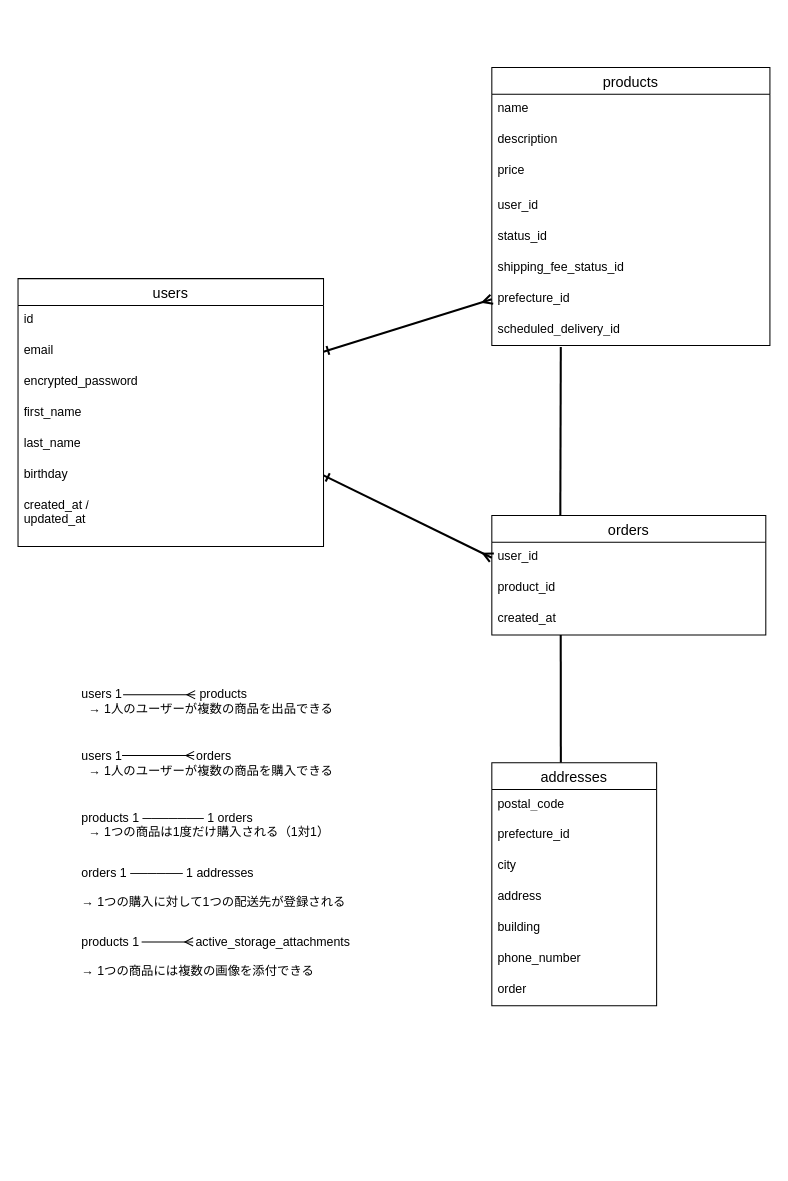
Before: furima_er.dio in tkzmkyms/furima-42061, a draw.io diagram. Source tidied: cells renumbered, new cells numbered last; positions are measured from the earlier drawing's top-left corner, leaving out a move shared by most shapes. Both pictures are drawn from the tidied source at 103%, with x=0, y=0 at pixel (18, 67).
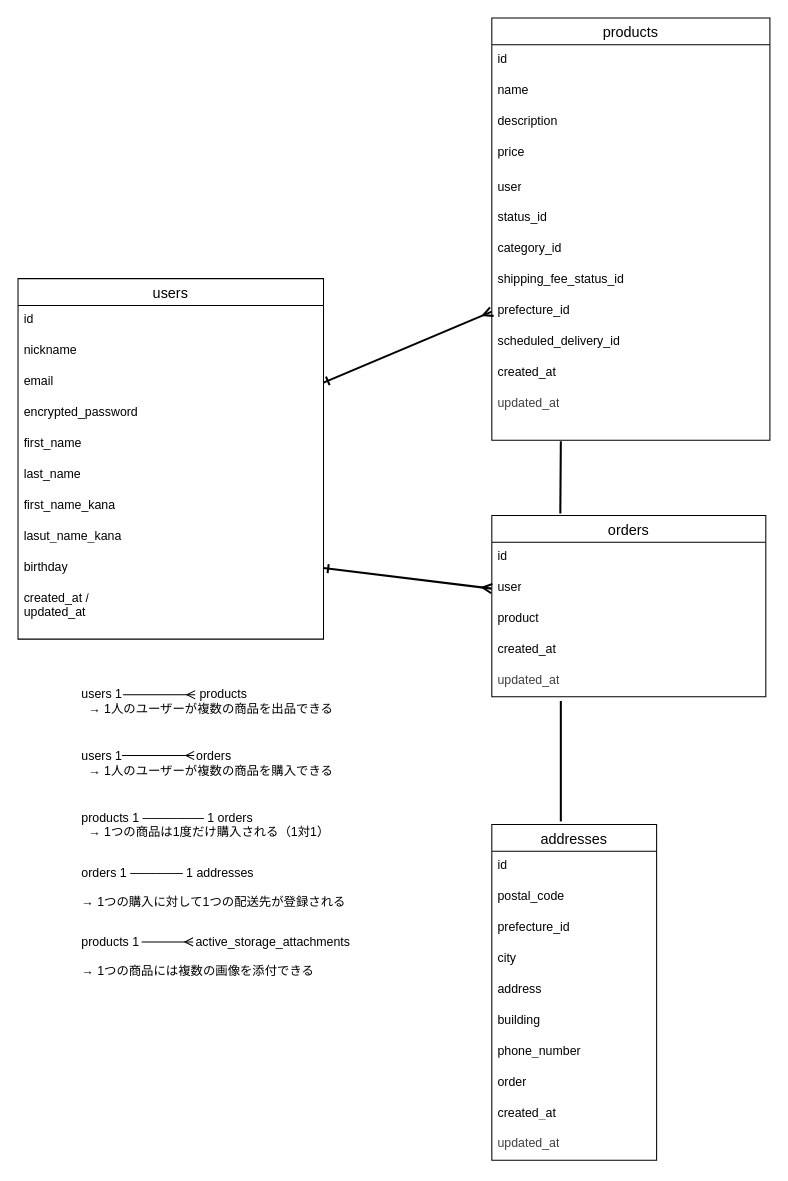
Above is the later version.

Commit message (it also covers changes not shown here):
修正_データベース設計_ER図とREADMEを追加

What changed in the source:
```diff
@@
     <mxCell id="2" value="users" style="swimlane;fontStyle=0;horizontal=1;startSize=26;align=center;fontSize=14;" parent="1" vertex="1">
-      <mxGeometry y="205" width="296.6" height="260" as="geometry" />
+      <mxGeometry y="205" width="296.6" height="350" as="geometry" />
     </mxCell>
+    <mxCell id="43" value="id" style="text;strokeColor=none;fillColor=none;spacingLeft=4;spacingRight=4;overflow=hidden;fontSize=12;whiteSpace=wrap;html=1;" parent="2" vertex="1">
+      <mxGeometry y="26" width="296.6" height="30" as="geometry" />
+    </mxCell>
-    <mxCell id="3" value="id" style="text;strokeColor=none;fillColor=none;spacingLeft=4;spacingRight=4;overflow=hidden;fontSize=12;whiteSpace=wrap;html=1;" parent="2" vertex="1">
-      <mxGeometry y="26" width="296.6" height="30" as="geometry" />
+    <mxCell id="3" value="nickname" style="text;strokeColor=none;fillColor=none;spacingLeft=4;spacingRight=4;overflow=hidden;fontSize=12;whiteSpace=wrap;html=1;" parent="2" vertex="1">
+      <mxGeometry y="56" width="296.6" height="30" as="geometry" />
     </mxCell>
     <mxCell id="4" value="email" style="text;strokeColor=none;fillColor=none;spacingLeft=4;spacingRight=4;overflow=hidden;points=[[0,0.5],[1,0.5]];portConstraint=eastwest;fontSize=12;whiteSpace=wrap;html=1;" parent="2" vertex="1">
-      <mxGeometry y="56" width="296.6" height="30" as="geometry" />
+      <mxGeometry y="86" width="296.6" height="30" as="geometry" />
     </mxCell>
     <mxCell id="5" value="encrypted_password" style="text;strokeColor=none;fillColor=none;spacingLeft=4;spacingRight=4;overflow=hidden;fontSize=12;whiteSpace=wrap;html=1;" parent="2" vertex="1">
-      <mxGeometry y="86" width="296.6" height="30" as="geometry" />
+      <mxGeometry y="116" width="296.6" height="30" as="geometry" />
     </mxCell>
     <mxCell id="6" value="first_name" style="text;strokeColor=none;fillColor=none;spacingLeft=4;spacingRight=4;overflow=hidden;fontSize=12;whiteSpace=wrap;html=1;" parent="2" vertex="1">
-      <mxGeometry y="116" width="296.6" height="30" as="geometry" />
+      <mxGeometry y="146" width="296.6" height="30" as="geometry" />
     </mxCell>
     <mxCell id="7" value="last_name" style="text;strokeColor=none;fillColor=none;spacingLeft=4;spacingRight=4;overflow=hidden;fontSize=12;whiteSpace=wrap;html=1;" parent="2" vertex="1">
-      <mxGeometry y="146" width="296.6" height="30" as="geometry" />
+      <mxGeometry y="176" width="296.6" height="30" as="geometry" />
     </mxCell>
+    <mxCell id="44" value="first_name_kana" style="text;strokeColor=none;fillColor=none;spacingLeft=4;spacingRight=4;overflow=hidden;fontSize=12;whiteSpace=wrap;html=1;" parent="2" vertex="1">
+      <mxGeometry y="206" width="296.6" height="30" as="geometry" />
+    </mxCell>
+    <mxCell id="45" value="lasut_name_kana" style="text;strokeColor=none;fillColor=none;spacingLeft=4;spacingRight=4;overflow=hidden;fontSize=12;whiteSpace=wrap;html=1;" parent="2" vertex="1">
+      <mxGeometry y="236" width="296.6" height="30" as="geometry" />
+    </mxCell>
     <mxCell id="8" value="birthday" style="text;strokeColor=none;fillColor=none;spacingLeft=4;spacingRight=4;overflow=hidden;points=[[0,0.5],[1,0.5]];portConstraint=eastwest;fontSize=12;whiteSpace=wrap;html=1;" parent="2" vertex="1">
-      <mxGeometry y="176" width="296.6" height="30" as="geometry" />
+      <mxGeometry y="266" width="296.6" height="30" as="geometry" />
     </mxCell>
     <mxCell id="9" value="created_at /&lt;div&gt;updated_at&lt;/div&gt;" style="text;strokeColor=none;fillColor=none;spacingLeft=4;spacingRight=4;overflow=hidden;fontSize=12;whiteSpace=wrap;html=1;" parent="2" vertex="1">
-      <mxGeometry y="206" width="296.6" height="54" as="geometry" />
+      <mxGeometry y="296" width="296.6" height="54" as="geometry" />
     </mxCell>
     <mxCell id="10" value="products" style="swimlane;fontStyle=0;horizontal=1;startSize=26;align=center;fontSize=14;" parent="1" vertex="1">
-      <mxGeometry x="460" width="270" height="270" as="geometry" />
+      <mxGeometry x="460" y="-48" width="270" height="410" as="geometry" />
     </mxCell>
+    <mxCell id="46" value="id" style="text;strokeColor=none;fillColor=none;spacingLeft=4;spacingRight=4;overflow=hidden;fontSize=12;whiteSpace=wrap;html=1;" parent="10" vertex="1">
+      <mxGeometry y="26" width="270" height="30" as="geometry" />
+    </mxCell>
     <mxCell id="11" value="name" style="text;strokeColor=none;fillColor=none;spacingLeft=4;spacingRight=4;overflow=hidden;fontSize=12;whiteSpace=wrap;html=1;" parent="10" vertex="1">
-      <mxGeometry y="26" width="270" height="30" as="geometry" />
+      <mxGeometry y="56" width="270" height="30" as="geometry" />
     </mxCell>
     <mxCell id="12" value="description" style="text;strokeColor=none;fillColor=none;spacingLeft=4;spacingRight=4;overflow=hidden;fontSize=12;whiteSpace=wrap;html=1;" parent="10" vertex="1">
-      <mxGeometry y="56" width="270" height="30" as="geometry" />
+      <mxGeometry y="86" width="270" height="30" as="geometry" />
     </mxCell>
     <mxCell id="13" value="price" style="text;strokeColor=none;fillColor=none;spacingLeft=4;spacingRight=4;overflow=hidden;fontSize=12;whiteSpace=wrap;html=1;" parent="10" vertex="1">
-      <mxGeometry y="86" width="270" height="34" as="geometry" />
+      <mxGeometry y="116" width="270" height="34" as="geometry" />
     </mxCell>
-    <mxCell id="14" value="user_id" style="text;strokeColor=none;fillColor=none;spacingLeft=4;spacingRight=4;overflow=hidden;fontSize=12;whiteSpace=wrap;html=1;" parent="10" vertex="1">
-      <mxGeometry y="120" width="270" height="30" as="geometry" />
+    <mxCell id="14" value="user" style="text;strokeColor=none;fillColor=none;spacingLeft=4;spacingRight=4;overflow=hidden;fontSize=12;whiteSpace=wrap;html=1;" parent="10" vertex="1">
+      <mxGeometry y="150" width="270" height="30" as="geometry" />
     </mxCell>
     <mxCell id="15" value="status_id" style="text;strokeColor=none;fillColor=none;spacingLeft=4;spacingRight=4;overflow=hidden;fontSize=12;whiteSpace=wrap;html=1;" parent="10" vertex="1">
-      <mxGeometry y="150" width="270" height="30" as="geometry" />
+      <mxGeometry y="180" width="270" height="30" as="geometry" />
     </mxCell>
+    <mxCell id="47" value="category_id" style="text;strokeColor=none;fillColor=none;spacingLeft=4;spacingRight=4;overflow=hidden;fontSize=12;whiteSpace=wrap;html=1;" parent="10" vertex="1">
+      <mxGeometry y="210" width="270" height="30" as="geometry" />
+    </mxCell>
     <mxCell id="16" value="shipping_fee_status_id" style="text;strokeColor=none;fillColor=none;spacingLeft=4;spacingRight=4;overflow=hidden;fontSize=12;whiteSpace=wrap;html=1;" parent="10" vertex="1">
-      <mxGeometry y="180" width="270" height="30" as="geometry" />
+      <mxGeometry y="240" width="270" height="30" as="geometry" />
     </mxCell>
     <mxCell id="17" value="prefecture_id" style="text;strokeColor=none;fillColor=none;spacingLeft=4;spacingRight=4;overflow=hidden;points=[[0,0.5],[1,0.5]];portConstraint=eastwest;fontSize=12;whiteSpace=wrap;html=1;" parent="10" vertex="1">
-      <mxGeometry y="210" width="270" height="30" as="geometry" />
+      <mxGeometry y="270" width="270" height="30" as="geometry" />
     </mxCell>
     <mxCell id="18" value="scheduled_delivery_id" style="text;strokeColor=none;fillColor=none;spacingLeft=4;spacingRight=4;overflow=hidden;points=[[0,0.5],[1,0.5]];portConstraint=eastwest;fontSize=12;whiteSpace=wrap;html=1;" parent="10" vertex="1">
-      <mxGeometry y="240" width="270" height="30" as="geometry" />
+      <mxGeometry y="300" width="270" height="30" as="geometry" />
     </mxCell>
+    <mxCell id="48" value="&lt;span style=&quot;color: rgb(0, 0, 0);&quot;&gt;created_at&lt;/span&gt;" style="text;strokeColor=none;fillColor=none;spacingLeft=4;spacingRight=4;overflow=hidden;fontSize=12;whiteSpace=wrap;html=1;" parent="10" vertex="1">
+      <mxGeometry y="330" width="270" height="30" as="geometry" />
+    </mxCell>
+    <mxCell id="49" value="&lt;span style=&quot;color: rgb(63, 63, 63);&quot;&gt;updated_at&lt;/span&gt;" style="text;strokeColor=none;fillColor=none;spacingLeft=4;spacingRight=4;overflow=hidden;fontSize=12;whiteSpace=wrap;html=1;" parent="10" vertex="1">
+      <mxGeometry y="360" width="270" height="50" as="geometry" />
+    </mxCell>
     <mxCell id="19" value="orders" style="swimlane;fontStyle=0;horizontal=1;startSize=26;align=center;fontSize=14;" parent="1" vertex="1">
-      <mxGeometry x="460" y="435" width="266" height="116" as="geometry" />
+      <mxGeometry x="460" y="435" width="266" height="176" as="geometry" />
     </mxCell>
+    <mxCell id="50" value="id" style="text;strokeColor=none;fillColor=none;spacingLeft=4;spacingRight=4;overflow=hidden;fontSize=12;whiteSpace=wrap;html=1;" parent="19" vertex="1">
+      <mxGeometry y="26" width="266" height="30" as="geometry" />
+    </mxCell>
-    <mxCell id="20" value="user_id" style="text;strokeColor=none;fillColor=none;spacingLeft=4;spacingRight=4;overflow=hidden;points=[[0,0.5],[1,0.5]];portConstraint=eastwest;fontSize=12;whiteSpace=wrap;html=1;" parent="19" vertex="1">
-      <mxGeometry y="26" width="266" height="30" as="geometry" />
+    <mxCell id="20" value="user" style="text;strokeColor=none;fillColor=none;spacingLeft=4;spacingRight=4;overflow=hidden;points=[[0,0.5],[1,0.5]];portConstraint=eastwest;fontSize=12;whiteSpace=wrap;html=1;" parent="19" vertex="1">
+      <mxGeometry y="56" width="266" height="30" as="geometry" />
     </mxCell>
-    <mxCell id="21" value="product_id" style="text;strokeColor=none;fillColor=none;spacingLeft=4;spacingRight=4;overflow=hidden;fontSize=12;whiteSpace=wrap;html=1;" parent="19" vertex="1">
-      <mxGeometry y="56" width="266" height="30" as="geometry" />
+    <mxCell id="21" value="product" style="text;strokeColor=none;fillColor=none;spacingLeft=4;spacingRight=4;overflow=hidden;fontSize=12;whiteSpace=wrap;html=1;" parent="19" vertex="1">
+      <mxGeometry y="86" width="266" height="30" as="geometry" />
     </mxCell>
     <mxCell id="22" value="created_at" style="text;strokeColor=none;fillColor=none;spacingLeft=4;spacingRight=4;overflow=hidden;fontSize=12;whiteSpace=wrap;html=1;" parent="19" vertex="1">
-      <mxGeometry y="86" width="266" height="30" as="geometry" />
+      <mxGeometry y="116" width="266" height="30" as="geometry" />
     </mxCell>
+    <mxCell id="51" value="&lt;span style=&quot;color: rgb(63, 63, 63);&quot;&gt;updated_at&lt;/span&gt;" style="text;strokeColor=none;fillColor=none;spacingLeft=4;spacingRight=4;overflow=hidden;fontSize=12;whiteSpace=wrap;html=1;" parent="19" vertex="1">
+      <mxGeometry y="146" width="266" height="30" as="geometry" />
+    </mxCell>
-    <mxCell id="23" style="edgeStyle=none;html=1;exitX=0.25;exitY=0;exitDx=0;exitDy=0;entryX=0.248;entryY=1.048;entryDx=0;entryDy=0;entryPerimeter=0;endArrow=none;endFill=0;strokeWidth=2;" parent="1" edge="1" source="19" target="18">
-      <mxGeometry relative="1" as="geometry" />
+    <mxCell id="23" style="edgeStyle=none;html=1;exitX=0.25;exitY=0;exitDx=0;exitDy=0;endArrow=none;endFill=0;strokeWidth=2;" parent="1" edge="1">
+      <mxGeometry relative="1" as="geometry">
+        <mxPoint x="526.5" y="433" as="sourcePoint" />
+        <mxPoint x="527" y="363" as="targetPoint" />
+      </mxGeometry>
     </mxCell>
@@
-    <mxCell id="29" style="edgeStyle=none;html=1;exitX=0.25;exitY=0;exitDx=0;exitDy=0;endArrow=none;endFill=0;strokeWidth=2;" parent="1" edge="1">
+    <mxCell id="29" style="edgeStyle=none;html=1;endArrow=none;endFill=0;strokeWidth=2;" parent="1" edge="1">
       <mxGeometry relative="1" as="geometry">
-        <mxPoint x="527" y="675" as="sourcePoint" />
-        <mxPoint x="526.9" y="551" as="targetPoint" />
+        <mxPoint x="527" y="732" as="sourcePoint" />
+        <mxPoint x="527" y="615" as="targetPoint" />
       </mxGeometry>
     </mxCell>
     <mxCell id="30" value="addresses" style="swimlane;fontStyle=0;horizontal=1;startSize=26;align=center;fontSize=14;" parent="1" vertex="1">
-      <mxGeometry x="460" y="675" width="160" height="236" as="geometry" />
+      <mxGeometry x="460" y="735" width="160" height="326" as="geometry" />
     </mxCell>
+    <mxCell id="52" value="id" style="text;strokeColor=none;fillColor=none;spacingLeft=4;spacingRight=4;overflow=hidden;fontSize=12;whiteSpace=wrap;html=1;" parent="30" vertex="1">
+      <mxGeometry y="26" width="160" height="30" as="geometry" />
+    </mxCell>
     <mxCell id="31" value="postal_code" style="text;strokeColor=none;fillColor=none;spacingLeft=4;spacingRight=4;overflow=hidden;fontSize=12;whiteSpace=wrap;html=1;" parent="30" vertex="1">
-      <mxGeometry y="26" width="160" height="30" as="geometry" />
+      <mxGeometry y="56" width="160" height="30" as="geometry" />
     </mxCell>
     <mxCell id="32" value="prefecture_id" style="text;strokeColor=none;fillColor=none;spacingLeft=4;spacingRight=4;overflow=hidden;fontSize=12;whiteSpace=wrap;html=1;" parent="30" vertex="1">
-      <mxGeometry y="56" width="160" height="30" as="geometry" />
+      <mxGeometry y="86" width="160" height="30" as="geometry" />
     </mxCell>
     <mxCell id="33" value="city" style="text;strokeColor=none;fillColor=none;spacingLeft=4;spacingRight=4;overflow=hidden;fontSize=12;whiteSpace=wrap;html=1;" parent="30" vertex="1">
-      <mxGeometry y="86" width="160" height="30" as="geometry" />
+      <mxGeometry y="116" width="160" height="30" as="geometry" />
     </mxCell>
     <mxCell id="34" value="address" style="text;strokeColor=none;fillColor=none;spacingLeft=4;spacingRight=4;overflow=hidden;fontSize=12;whiteSpace=wrap;html=1;" parent="30" vertex="1">
-      <mxGeometry y="116" width="160" height="30" as="geometry" />
+      <mxGeometry y="146" width="160" height="30" as="geometry" />
     </mxCell>
     <mxCell id="35" value="building" style="text;strokeColor=none;fillColor=none;spacingLeft=4;spacingRight=4;overflow=hidden;fontSize=12;whiteSpace=wrap;html=1;" parent="30" vertex="1">
-      <mxGeometry y="146" width="160" height="30" as="geometry" />
+      <mxGeometry y="176" width="160" height="30" as="geometry" />
     </mxCell>
     <mxCell id="36" value="phone_number" style="text;strokeColor=none;fillColor=none;spacingLeft=4;spacingRight=4;overflow=hidden;fontSize=12;whiteSpace=wrap;html=1;" parent="30" vertex="1">
-      <mxGeometry y="176" width="160" height="30" as="geometry" />
+      <mxGeometry y="206" width="160" height="30" as="geometry" />
     </mxCell>
     <mxCell id="37" value="order" style="text;strokeColor=none;fillColor=none;spacingLeft=4;spacingRight=4;overflow=hidden;fontSize=12;whiteSpace=wrap;html=1;" parent="30" vertex="1">
-      <mxGeometry y="206" width="160" height="30" as="geometry" />
+      <mxGeometry y="236" width="160" height="30" as="geometry" />
     </mxCell>
+    <mxCell id="53" value="&lt;span style=&quot;color: rgb(0, 0, 0);&quot;&gt;created_at&lt;/span&gt;" style="text;strokeColor=none;fillColor=none;spacingLeft=4;spacingRight=4;overflow=hidden;fontSize=12;whiteSpace=wrap;html=1;" parent="30" vertex="1">
+      <mxGeometry y="266" width="160" height="30" as="geometry" />
+    </mxCell>
+    <mxCell id="54" value="&lt;span style=&quot;color: rgb(63, 63, 63);&quot;&gt;updated_at&lt;/span&gt;" style="text;strokeColor=none;fillColor=none;spacingLeft=4;spacingRight=4;overflow=hidden;fontSize=12;whiteSpace=wrap;html=1;" parent="30" vertex="1">
+      <mxGeometry y="296" width="160" height="30" as="geometry" />
+    </mxCell>
```
